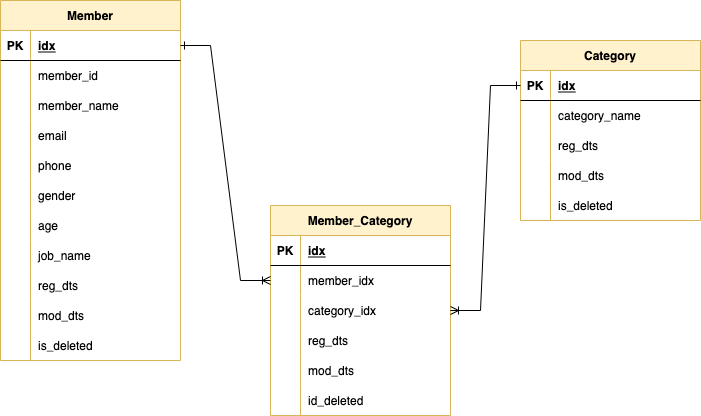
Earlier version of the draw.io export everydayDevPlan.drawio.png (shbada/2021to2022). Source tidied: cells renumbered, new cells last; positions are measured from the earlier drawing's top-left corner, leaving out a move shared by most shapes.
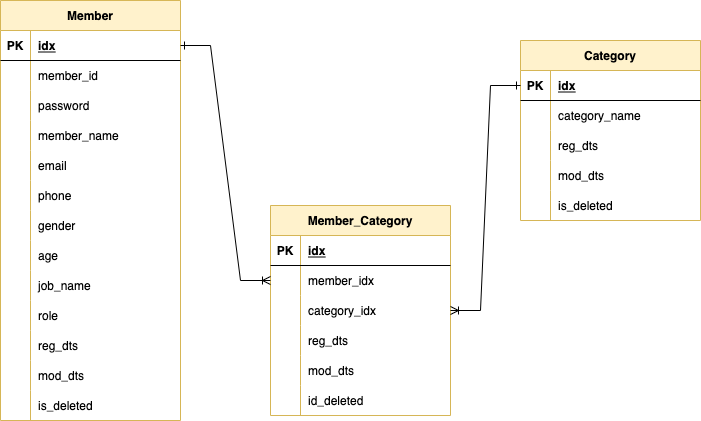
The same diagram one commit later.

The edit, as a diff of the source:
```diff
@@ -3,7 +3,7 @@
     <mxCell id="0" />
     <mxCell id="1" parent="0" />
     <mxCell id="2" value="Member" style="shape=table;startSize=30;rowLines=0;fontStyle=1;align=center;fillColor=#fff2cc;strokeColor=#d6b656;" parent="1" vertex="1">
-      <mxGeometry width="180" height="360" as="geometry" />
+      <mxGeometry width="180" height="420" as="geometry" />
     </mxCell>
     <mxCell id="3" style="shape=tableRow;horizontal=0;startSize=0;swimlaneHead=0;swimlaneBody=0;fillColor=none;points=[[0,0.5],[1,0.5]];portConstraint=eastwest;top=0;left=0;right=0;bottom=1;" parent="2" vertex="1">
       <mxGeometry y="30" width="180" height="30" as="geometry" />
@@ -23,8 +23,17 @@
     <mxCell id="8" value="member_id" style="shape=partialRectangle;fillColor=none;top=0;left=0;bottom=0;right=0;align=left;spacingLeft=6;overflow=hidden;" parent="6" vertex="1">
       <mxGeometry x="30" width="150" height="30" as="geometry" />
     </mxCell>
+    <mxCell id="73" style="shape=tableRow;horizontal=0;startSize=0;swimlaneHead=0;swimlaneBody=0;fillColor=none;top=0;left=0;right=0;bottom=0;" parent="2" vertex="1">
+      <mxGeometry y="90" width="180" height="30" as="geometry" />
+    </mxCell>
+    <mxCell id="74" style="shape=partialRectangle;fillColor=none;top=0;left=0;bottom=0;right=0;overflow=hidden;" parent="73" vertex="1">
+      <mxGeometry width="30" height="30" as="geometry" />
+    </mxCell>
+    <mxCell id="75" value="password" style="shape=partialRectangle;fillColor=none;top=0;left=0;bottom=0;right=0;align=left;spacingLeft=6;overflow=hidden;" parent="73" vertex="1">
+      <mxGeometry x="30" width="150" height="30" as="geometry" />
+    </mxCell>
     <mxCell id="9" style="shape=tableRow;horizontal=0;startSize=0;swimlaneHead=0;swimlaneBody=0;fillColor=none;top=0;left=0;right=0;bottom=0;" parent="2" vertex="1">
-      <mxGeometry y="90" width="180" height="30" as="geometry" />
+      <mxGeometry y="120" width="180" height="30" as="geometry" />
     </mxCell>
     <mxCell id="10" style="shape=partialRectangle;fillColor=none;top=0;left=0;bottom=0;right=0;overflow=hidden;" parent="9" vertex="1">
       <mxGeometry width="30" height="30" as="geometry" />
@@ -33,7 +42,7 @@
       <mxGeometry x="30" width="150" height="30" as="geometry" />
     </mxCell>
     <mxCell id="12" style="shape=tableRow;horizontal=0;startSize=0;swimlaneHead=0;swimlaneBody=0;fillColor=none;top=0;left=0;right=0;bottom=0;" parent="2" vertex="1">
-      <mxGeometry y="120" width="180" height="30" as="geometry" />
+      <mxGeometry y="150" width="180" height="30" as="geometry" />
     </mxCell>
     <mxCell id="13" style="shape=partialRectangle;fillColor=none;top=0;left=0;bottom=0;right=0;overflow=hidden;" parent="12" vertex="1">
       <mxGeometry width="30" height="30" as="geometry" />
@@ -42,7 +51,7 @@
       <mxGeometry x="30" width="150" height="30" as="geometry" />
     </mxCell>
     <mxCell id="15" style="shape=tableRow;horizontal=0;startSize=0;swimlaneHead=0;swimlaneBody=0;fillColor=none;top=0;left=0;right=0;bottom=0;" parent="2" vertex="1">
-      <mxGeometry y="150" width="180" height="30" as="geometry" />
+      <mxGeometry y="180" width="180" height="30" as="geometry" />
     </mxCell>
     <mxCell id="16" style="shape=partialRectangle;fillColor=none;top=0;left=0;bottom=0;right=0;overflow=hidden;" parent="15" vertex="1">
       <mxGeometry width="30" height="30" as="geometry" />
@@ -51,7 +60,7 @@
       <mxGeometry x="30" width="150" height="30" as="geometry" />
     </mxCell>
     <mxCell id="18" style="shape=tableRow;horizontal=0;startSize=0;swimlaneHead=0;swimlaneBody=0;fillColor=none;top=0;left=0;right=0;bottom=0;" parent="2" vertex="1">
-      <mxGeometry y="180" width="180" height="30" as="geometry" />
+      <mxGeometry y="210" width="180" height="30" as="geometry" />
     </mxCell>
     <mxCell id="19" style="shape=partialRectangle;fillColor=none;top=0;left=0;bottom=0;right=0;overflow=hidden;" parent="18" vertex="1">
       <mxGeometry width="30" height="30" as="geometry" />
@@ -60,7 +69,7 @@
       <mxGeometry x="30" width="150" height="30" as="geometry" />
     </mxCell>
     <mxCell id="21" style="shape=tableRow;horizontal=0;startSize=0;swimlaneHead=0;swimlaneBody=0;fillColor=none;top=0;left=0;right=0;bottom=0;" parent="2" vertex="1">
-      <mxGeometry y="210" width="180" height="30" as="geometry" />
+      <mxGeometry y="240" width="180" height="30" as="geometry" />
     </mxCell>
     <mxCell id="22" style="shape=partialRectangle;fillColor=none;top=0;left=0;bottom=0;right=0;overflow=hidden;" parent="21" vertex="1">
       <mxGeometry width="30" height="30" as="geometry" />
@@ -69,7 +78,7 @@
       <mxGeometry x="30" width="150" height="30" as="geometry" />
     </mxCell>
     <mxCell id="24" style="shape=tableRow;horizontal=0;startSize=0;swimlaneHead=0;swimlaneBody=0;fillColor=none;top=0;left=0;right=0;bottom=0;" parent="2" vertex="1">
-      <mxGeometry y="240" width="180" height="30" as="geometry" />
+      <mxGeometry y="270" width="180" height="30" as="geometry" />
     </mxCell>
     <mxCell id="25" style="shape=partialRectangle;fillColor=none;top=0;left=0;bottom=0;right=0;overflow=hidden;" parent="24" vertex="1">
       <mxGeometry width="30" height="30" as="geometry" />
@@ -77,8 +86,17 @@
     <mxCell id="26" value="job_name" style="shape=partialRectangle;fillColor=none;top=0;left=0;bottom=0;right=0;align=left;spacingLeft=6;overflow=hidden;" parent="24" vertex="1">
       <mxGeometry x="30" width="150" height="30" as="geometry" />
     </mxCell>
+    <mxCell id="76" style="shape=tableRow;horizontal=0;startSize=0;swimlaneHead=0;swimlaneBody=0;fillColor=none;top=0;left=0;right=0;bottom=0;" parent="2" vertex="1">
+      <mxGeometry y="300" width="180" height="30" as="geometry" />
+    </mxCell>
+    <mxCell id="77" style="shape=partialRectangle;fillColor=none;top=0;left=0;bottom=0;right=0;overflow=hidden;" parent="76" vertex="1">
+      <mxGeometry width="30" height="30" as="geometry" />
+    </mxCell>
+    <mxCell id="78" value="role" style="shape=partialRectangle;fillColor=none;top=0;left=0;bottom=0;right=0;align=left;spacingLeft=6;overflow=hidden;" parent="76" vertex="1">
+      <mxGeometry x="30" width="150" height="30" as="geometry" />
+    </mxCell>
     <mxCell id="27" style="shape=tableRow;horizontal=0;startSize=0;swimlaneHead=0;swimlaneBody=0;fillColor=none;top=0;left=0;right=0;bottom=0;" parent="2" vertex="1">
-      <mxGeometry y="270" width="180" height="30" as="geometry" />
+      <mxGeometry y="330" width="180" height="30" as="geometry" />
     </mxCell>
     <mxCell id="28" style="shape=partialRectangle;fillColor=none;top=0;left=0;bottom=0;right=0;overflow=hidden;" parent="27" vertex="1">
       <mxGeometry width="30" height="30" as="geometry" />
@@ -87,7 +105,7 @@
       <mxGeometry x="30" width="150" height="30" as="geometry" />
     </mxCell>
     <mxCell id="30" style="shape=tableRow;horizontal=0;startSize=0;swimlaneHead=0;swimlaneBody=0;fillColor=none;top=0;left=0;right=0;bottom=0;" parent="2" vertex="1">
-      <mxGeometry y="300" width="180" height="30" as="geometry" />
+      <mxGeometry y="360" width="180" height="30" as="geometry" />
     </mxCell>
     <mxCell id="31" style="shape=partialRectangle;fillColor=none;top=0;left=0;bottom=0;right=0;overflow=hidden;" parent="30" vertex="1">
       <mxGeometry width="30" height="30" as="geometry" />
@@ -96,7 +114,7 @@
       <mxGeometry x="30" width="150" height="30" as="geometry" />
     </mxCell>
     <mxCell id="33" style="shape=tableRow;horizontal=0;startSize=0;swimlaneHead=0;swimlaneBody=0;fillColor=none;top=0;left=0;right=0;bottom=0;" parent="2" vertex="1">
-      <mxGeometry y="330" width="180" height="30" as="geometry" />
+      <mxGeometry y="390" width="180" height="30" as="geometry" />
     </mxCell>
     <mxCell id="34" style="shape=partialRectangle;fillColor=none;top=0;left=0;bottom=0;right=0;overflow=hidden;" parent="33" vertex="1">
       <mxGeometry width="30" height="30" as="geometry" />
```
